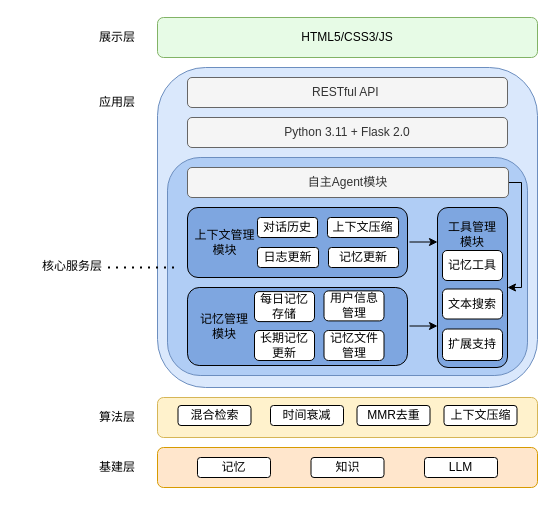
The draw.io diagram page "第 1 页" (1 of 3) of 11.drawio in cococococco/2022-cpl, before the edit. Source tidied: cells renumbered, new cells numbered last; positions are measured from the earlier drawing's top-left corner, leaving out a move shared by most shapes. Both pictures are drawn from the tidied source at 100%, with x=0, y=0 at pixel (17, 17).
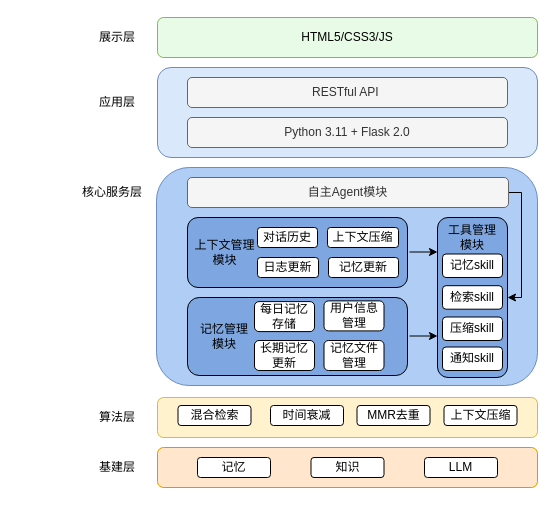
The same diagram, later.

The edit, as a diff of the source:
```diff
@@
     <mxCell id="3" style="rounded=1;whiteSpace=wrap;html=1;perimeterSpacing=0;fillColor=#dae8fc;strokeColor=#6c8ebf;" parent="1" vertex="1">
-      <mxGeometry x="140" y="50" width="380" height="320" as="geometry" />
+      <mxGeometry x="140" y="50" width="380" height="90" as="geometry" />
     </mxCell>
@@
     <mxCell id="7" style="rounded=1;whiteSpace=wrap;html=1;fillColor=#B0CDF5;strokeColor=#6c8ebf;" parent="1" vertex="1">
-      <mxGeometry x="150" y="140" width="360" height="218" as="geometry" />
+      <mxGeometry x="139" y="150" width="381" height="218" as="geometry" />
     </mxCell>
     <mxCell id="8" style="edgeStyle=orthogonalEdgeStyle;rounded=0;jettySize=auto;html=1;exitX=1;exitY=0.5;exitDx=0;exitDy=0;entryX=1;entryY=0.5;entryDx=0;entryDy=0;fontFamily=Helvetica;fontSize=12;fontColor=default;" parent="1" edge="1" source="9" target="10">
       <mxGeometry relative="1" as="geometry">
         <Array as="points">
-          <mxPoint x="504" y="165" />
-          <mxPoint x="504" y="270" />
+          <mxPoint x="504" y="175" />
+          <mxPoint x="504" y="280" />
         </Array>
       </mxGeometry>
     </mxCell>
     <mxCell id="9" value="自主Agent模块" style="rounded=1;whiteSpace=wrap;html=1;fillColor=#f5f5f5;fontColor=#333333;strokeColor=#666666;" parent="1" vertex="1">
-      <mxGeometry x="170" y="150" width="321" height="30" as="geometry" />
+      <mxGeometry x="170" y="160" width="321" height="30" as="geometry" />
     </mxCell>
     <mxCell id="10" style="rounded=1;whiteSpace=wrap;html=1;fillColor=#7EA6E0;" parent="1" vertex="1">
-      <mxGeometry x="420" y="190" width="70" height="160" as="geometry" />
+      <mxGeometry x="420" y="200" width="70" height="160" as="geometry" />
     </mxCell>
     <mxCell id="11" style="rounded=1;whiteSpace=wrap;html=1;fillColor=#7EA6E0;strokeColor=default;" parent="1" vertex="1">
-      <mxGeometry x="170" y="190" width="220" height="70" as="geometry" />
+      <mxGeometry x="170" y="200" width="220" height="70" as="geometry" />
     </mxCell>
     <mxCell id="12" style="rounded=1;whiteSpace=wrap;html=1;fillColor=#7EA6E0;" parent="1" vertex="1">
-      <mxGeometry x="170" y="270" width="220" height="78" as="geometry" />
+      <mxGeometry x="170" y="280" width="220" height="78" as="geometry" />
     </mxCell>
@@
     <mxCell id="18" value="核心服务层" style="text;html=1;whiteSpace=wrap;strokeColor=none;fillColor=none;align=center;verticalAlign=middle;rounded=0;" parent="1" vertex="1">
-      <mxGeometry y="234" width="110" height="30" as="geometry" />
+      <mxGeometry x="40" y="160" width="110" height="30" as="geometry" />
     </mxCell>
-    <mxCell id="19" style="endArrow=none;dashed=1;html=1;dashPattern=1 3;strokeWidth=2;rounded=0;" parent="1" edge="1">
-      <mxGeometry relative="1" as="geometry">
-        <mxPoint x="90.5" y="250" as="sourcePoint" />
-        <mxPoint x="160.5" y="250" as="targetPoint" />
-      </mxGeometry>
-    </mxCell>
     <mxCell id="20" value="上下文管理&lt;div&gt;模块&lt;/div&gt;" style="text;html=1;whiteSpace=wrap;strokeColor=none;fillColor=none;align=center;verticalAlign=middle;rounded=0;" parent="1" vertex="1">
-      <mxGeometry x="160.5" y="210" width="93" height="30" as="geometry" />
+      <mxGeometry x="160.5" y="220" width="93" height="30" as="geometry" />
     </mxCell>
     <mxCell id="21" value="记忆管理&lt;div&gt;模块&lt;/div&gt;" style="text;html=1;whiteSpace=wrap;strokeColor=none;fillColor=none;align=center;verticalAlign=middle;rounded=0;" parent="1" vertex="1">
-      <mxGeometry x="152" y="294" width="110" height="30" as="geometry" />
+      <mxGeometry x="152" y="304" width="110" height="30" as="geometry" />
     </mxCell>
     <mxCell id="22" value="工具管理模块" style="text;html=1;whiteSpace=wrap;strokeColor=none;fillColor=none;align=center;verticalAlign=middle;rounded=0;" parent="1" vertex="1">
-      <mxGeometry x="425" y="200" width="60" height="33" as="geometry" />
+      <mxGeometry x="425" y="203.5" width="60" height="33" as="geometry" />
     </mxCell>
@@
     <mxCell id="30" value="对话历史" style="rounded=1;whiteSpace=wrap;html=1;" parent="1" vertex="1">
-      <mxGeometry x="240" y="200" width="60" height="20" as="geometry" />
+      <mxGeometry x="240" y="210" width="60" height="20" as="geometry" />
     </mxCell>
     <mxCell id="31" value="上下文压缩" style="rounded=1;whiteSpace=wrap;html=1;" parent="1" vertex="1">
-      <mxGeometry x="310" y="200" width="71" height="20" as="geometry" />
+      <mxGeometry x="310" y="210" width="71" height="20" as="geometry" />
     </mxCell>
     <mxCell id="32" value="日志更新" style="rounded=1;whiteSpace=wrap;html=1;" parent="1" vertex="1">
-      <mxGeometry x="240" y="230" width="61" height="20" as="geometry" />
+      <mxGeometry x="240" y="240" width="61" height="20" as="geometry" />
     </mxCell>
     <mxCell id="33" value="记忆更新" style="rounded=1;whiteSpace=wrap;html=1;" parent="1" vertex="1">
-      <mxGeometry x="311" y="230" width="70" height="20" as="geometry" />
+      <mxGeometry x="311" y="240" width="70" height="20" as="geometry" />
     </mxCell>
     <mxCell id="34" value="每日记忆&lt;div&gt;存储&lt;/div&gt;" style="rounded=1;whiteSpace=wrap;html=1;" parent="1" vertex="1">
-      <mxGeometry x="237" y="274.1" width="60" height="30" as="geometry" />
+      <mxGeometry x="237" y="284.1" width="60" height="30" as="geometry" />
     </mxCell>
     <mxCell id="35" value="长期记忆&lt;div&gt;更新&lt;/div&gt;" style="rounded=1;whiteSpace=wrap;html=1;" parent="1" vertex="1">
-      <mxGeometry x="237" y="313" width="60" height="30" as="geometry" />
+      <mxGeometry x="237" y="323" width="60" height="30" as="geometry" />
     </mxCell>
     <mxCell id="36" value="用户信息&lt;div&gt;管理&lt;/div&gt;" style="rounded=1;whiteSpace=wrap;html=1;" parent="1" vertex="1">
-      <mxGeometry x="306.5" y="273.4" width="60" height="30" as="geometry" />
+      <mxGeometry x="306.5" y="283.4" width="60" height="30" as="geometry" />
     </mxCell>
     <mxCell id="37" value="记忆文件&lt;div&gt;管理&lt;/div&gt;" style="rounded=1;whiteSpace=wrap;html=1;" parent="1" vertex="1">
-      <mxGeometry x="306.5" y="313" width="60" height="30" as="geometry" />
+      <mxGeometry x="306.5" y="323" width="60" height="30" as="geometry" />
     </mxCell>
-    <mxCell id="38" value="记忆工具" style="rounded=1;whiteSpace=wrap;html=1;" parent="1" vertex="1">
-      <mxGeometry x="425" y="233" width="60" height="30" as="geometry" />
+    <mxCell id="38" value="记忆skill" style="rounded=1;whiteSpace=wrap;html=1;" parent="1" vertex="1">
+      <mxGeometry x="425" y="236.5" width="60" height="23.5" as="geometry" />
     </mxCell>
-    <mxCell id="39" value="文本搜索" style="rounded=1;whiteSpace=wrap;html=1;" parent="1" vertex="1">
-      <mxGeometry x="425" y="271.5" width="60" height="30" as="geometry" />
-    </mxCell>
-    <mxCell id="40" value="扩展支持" style="rounded=1;whiteSpace=wrap;html=1;" parent="1" vertex="1">
-      <mxGeometry x="425" y="311.5" width="60" height="31.5" as="geometry" />
-    </mxCell>
     <mxCell id="41" style="endArrow=classic;html=1;rounded=0;fontFamily=Helvetica;fontSize=12;fontColor=default;" parent="1" edge="1">
       <mxGeometry relative="1" as="geometry">
-        <mxPoint x="392" y="224.5" as="sourcePoint" />
-        <mxPoint x="420" y="224.5" as="targetPoint" />
+        <mxPoint x="392" y="234.5" as="sourcePoint" />
+        <mxPoint x="420" y="234.5" as="targetPoint" />
       </mxGeometry>
     </mxCell>
     <mxCell id="42" style="endArrow=classic;html=1;rounded=0;fontFamily=Helvetica;fontSize=12;fontColor=default;" parent="1" edge="1">
       <mxGeometry relative="1" as="geometry">
-        <mxPoint x="392" y="308.5" as="sourcePoint" />
-        <mxPoint x="420" y="308.5" as="targetPoint" />
+        <mxPoint x="392" y="318.5" as="sourcePoint" />
+        <mxPoint x="420" y="318.5" as="targetPoint" />
       </mxGeometry>
     </mxCell>
+    <mxCell id="43" value="检索skill" style="rounded=1;whiteSpace=wrap;html=1;" parent="1" vertex="1">
+      <mxGeometry x="425" y="268.2" width="60" height="23.5" as="geometry" />
+    </mxCell>
+    <mxCell id="44" value="压缩skill" style="rounded=1;whiteSpace=wrap;html=1;" parent="1" vertex="1">
+      <mxGeometry x="425" y="299.5" width="60" height="23.5" as="geometry" />
+    </mxCell>
+    <mxCell id="45" value="通知skill" style="rounded=1;whiteSpace=wrap;html=1;" parent="1" vertex="1">
+      <mxGeometry x="425" y="329.5" width="60" height="23.5" as="geometry" />
+    </mxCell>
```
